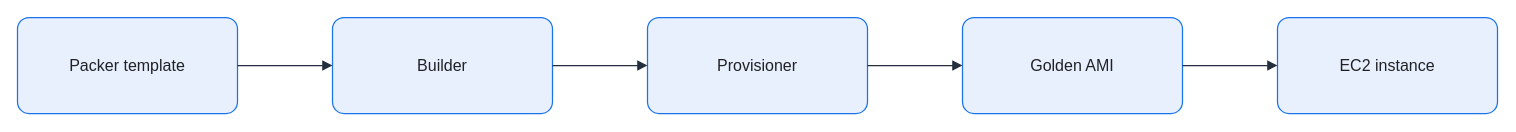
The draw.io diagram assets/img/iac/packer-golden-image-flow.drawio in KKamJi98/kkamji98.github.io, before the edit. Source tidied: cells renumbered, new cells numbered last; positions are measured from the earlier drawing's top-left corner, leaving out a move shared by most shapes. Both pictures are drawn from the tidied source at 100%, with x=0, y=0 at pixel (17, 17).
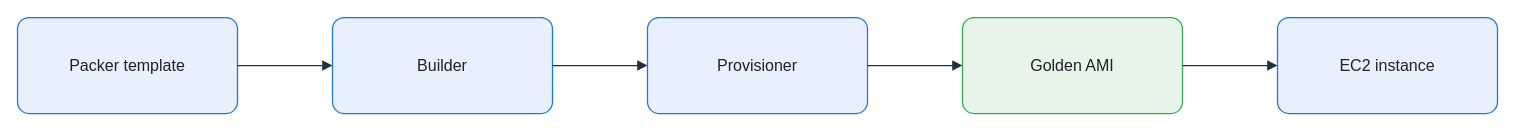
The same diagram, later.

The edit, as a diff of the source:
```diff
@@
 <mxGraphModel background="#FFFFFF">
   <root>
     <mxCell id="0" />
     <mxCell id="1" parent="0" />
     <mxCell id="2" value="Packer template" style="rounded=1;arcSize=12;whiteSpace=wrap;html=0;fillColor=#E8F0FE;strokeColor=#1A73E8;strokeWidth=1.25;fontColor=#202124;fontSize=16;align=center;verticalAlign=middle;spacing=8;shadow=0;" parent="1" vertex="1">
       <mxGeometry width="220" height="96" as="geometry" />
     </mxCell>
     <mxCell id="3" value="Builder" style="rounded=1;arcSize=12;whiteSpace=wrap;html=0;fillColor=#E8F0FE;strokeColor=#1A73E8;strokeWidth=1.25;fontColor=#202124;fontSize=16;align=center;verticalAlign=middle;spacing=8;shadow=0;" parent="1" vertex="1">
       <mxGeometry x="315" width="220" height="96" as="geometry" />
     </mxCell>
     <mxCell id="4" value="Provisioner" style="rounded=1;arcSize=12;whiteSpace=wrap;html=0;fillColor=#E8F0FE;strokeColor=#1A73E8;strokeWidth=1.25;fontColor=#202124;fontSize=16;align=center;verticalAlign=middle;spacing=8;shadow=0;" parent="1" vertex="1">
       <mxGeometry x="630" width="220" height="96" as="geometry" />
     </mxCell>
-    <mxCell id="5" value="Golden AMI" style="rounded=1;arcSize=12;whiteSpace=wrap;html=0;fillColor=#E8F0FE;strokeColor=#1A73E8;strokeWidth=1.25;fontColor=#202124;fontSize=16;align=center;verticalAlign=middle;spacing=8;shadow=0;" parent="1" vertex="1">
+    <mxCell id="5" value="Golden AMI" style="rounded=1;arcSize=12;whiteSpace=wrap;html=0;fillColor=#E6F4EA;strokeColor=#34A853;strokeWidth=1.25;fontColor=#202124;fontSize=16;align=center;verticalAlign=middle;spacing=8;shadow=0;" parent="1" vertex="1">
       <mxGeometry x="945" width="220" height="96" as="geometry" />
     </mxCell>
     <mxCell id="6" value="EC2 instance" style="rounded=1;arcSize=12;whiteSpace=wrap;html=0;fillColor=#E8F0FE;strokeColor=#1A73E8;strokeWidth=1.25;fontColor=#202124;fontSize=16;align=center;verticalAlign=middle;spacing=8;shadow=0;" parent="1" vertex="1">
       <mxGeometry x="1260" width="220" height="96" as="geometry" />
     </mxCell>
     <mxCell id="7" style="edgeStyle=orthogonalEdgeStyle;rounded=0;jettySize=auto;html=0;endArrow=block;endFill=1;strokeColor=#232F3E;strokeWidth=1.25;fontColor=#202124;labelBackgroundColor=none;exitX=1;exitY=0.5;exitDx=0;exitDy=0;entryX=0;entryY=0.5;entryDx=0;entryDy=0;endSize=7;" parent="1" edge="1" source="2" target="3">
       <mxGeometry relative="1" as="geometry" />
     </mxCell>
     <mxCell id="8" style="edgeStyle=orthogonalEdgeStyle;rounded=0;jettySize=auto;html=0;endArrow=block;endFill=1;strokeColor=#232F3E;strokeWidth=1.25;fontColor=#202124;labelBackgroundColor=none;exitX=1;exitY=0.5;exitDx=0;exitDy=0;entryX=0;entryY=0.5;entryDx=0;entryDy=0;endSize=7;" parent="1" edge="1" source="3" target="4">
       <mxGeometry relative="1" as="geometry" />
     </mxCell>
     <mxCell id="9" style="edgeStyle=orthogonalEdgeStyle;rounded=0;jettySize=auto;html=0;endArrow=block;endFill=1;strokeColor=#232F3E;strokeWidth=1.25;fontColor=#202124;labelBackgroundColor=none;exitX=1;exitY=0.5;exitDx=0;exitDy=0;entryX=0;entryY=0.5;entryDx=0;entryDy=0;endSize=7;" parent="1" edge="1" source="4" target="5">
       <mxGeometry relative="1" as="geometry" />
     </mxCell>
     <mxCell id="10" style="edgeStyle=orthogonalEdgeStyle;rounded=0;jettySize=auto;html=0;endArrow=block;endFill=1;strokeColor=#232F3E;strokeWidth=1.25;fontColor=#202124;labelBackgroundColor=none;exitX=1;exitY=0.5;exitDx=0;exitDy=0;entryX=0;entryY=0.5;entryDx=0;entryDy=0;endSize=7;" parent="1" edge="1" source="5" target="6">
       <mxGeometry relative="1" as="geometry" />
     </mxCell>
   </root>
 </mxGraphModel>
```
